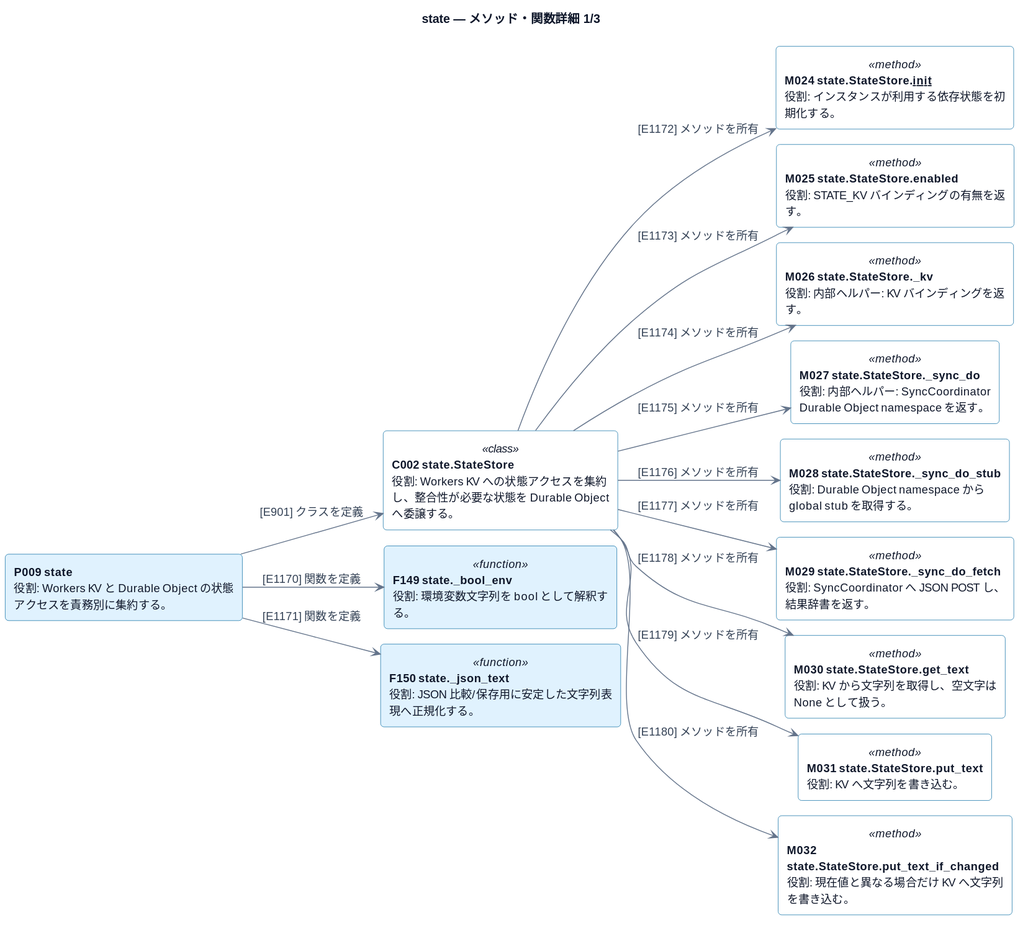
Earlier version of the PlantUML export docs/architecture/plantuml/rendered/methods/state-01.svg (ichipiro/IE_Event_Bot).
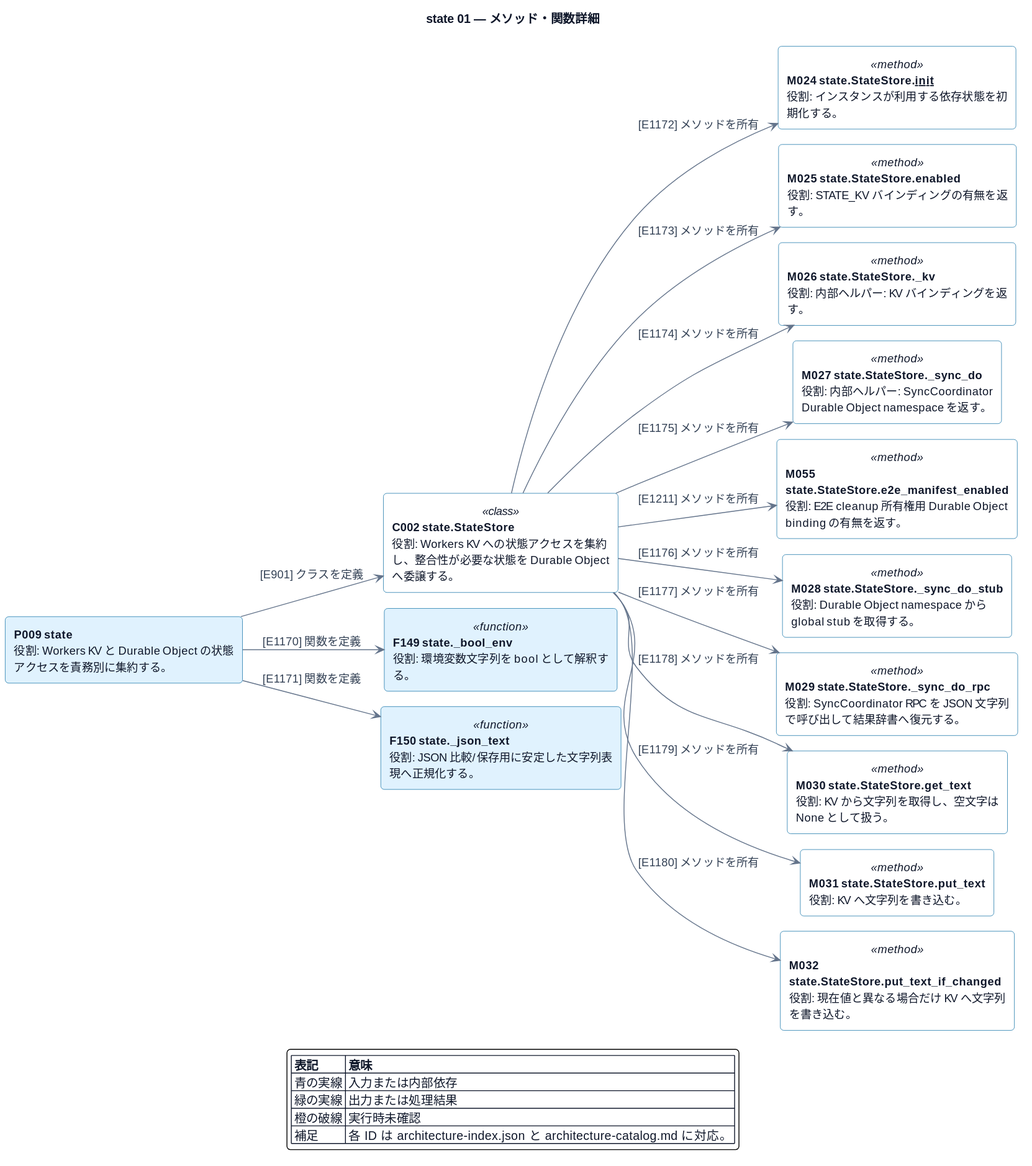
The same file after the commit.

Diff of the diagram source:
```diff
@@ -1,6 +1,6 @@
 @startuml
 !include ../_shared/style.puml
-title state — メソッド・関数詳細 1/3
+title state 01 — メソッド・関数詳細
 !pragma layout smetana
 left to right direction
 component "<b>P009 state</b>\n役割: Workers KV と Durable Object の状態アクセスを責務別に集約する。" as P009
@@ -18,9 +18,11 @@
 C002 -[#64748B]-> M026 : [E1174] メソッドを所有
 rectangle "<b>M027 state.StateStore._sync_do</b>\n役割: 内部ヘルパー: SyncCoordinator Durable Object namespace を返す。" as M027 <<method>>
 C002 -[#64748B]-> M027 : [E1175] メソッドを所有
+rectangle "<b>M055 state.StateStore.e2e_manifest_enabled</b>\n役割: E2E cleanup 所有権用 Durable Object binding の有無を返す。" as M055 <<method>>
+C002 -[#64748B]-> M055 : [E1211] メソッドを所有
 rectangle "<b>M028 state.StateStore._sync_do_stub</b>\n役割: Durable Object namespace から global stub を取得する。" as M028 <<method>>
 C002 -[#64748B]-> M028 : [E1176] メソッドを所有
-rectangle "<b>M029 state.StateStore._sync_do_fetch</b>\n役割: SyncCoordinator へ JSON POST し、結果辞書を返す。" as M029 <<method>>
+rectangle "<b>M029 state.StateStore._sync_do_rpc</b>\n役割: SyncCoordinator RPC を JSON 文字列で呼び出して結果辞書へ復元する。" as M029 <<method>>
 C002 -[#64748B]-> M029 : [E1177] メソッドを所有
 rectangle "<b>M030 state.StateStore.get_text</b>\n役割: KV から文字列を取得し、空文字は None として扱う。" as M030 <<method>>
 C002 -[#64748B]-> M030 : [E1178] メソッドを所有
@@ -28,4 +30,11 @@
 C002 -[#64748B]-> M031 : [E1179] メソッドを所有
 rectangle "<b>M032 state.StateStore.put_text_if_changed</b>\n役割: 現在値と異なる場合だけ KV へ文字列を書き込む。" as M032 <<method>>
 C002 -[#64748B]-> M032 : [E1180] メソッドを所有
+legend bottom
+  |= 表記 |= 意味 |
+  | 青の実線 | 入力または内部依存 |
+  | 緑の実線 | 出力または処理結果 |
+  | 橙の破線 | 実行時未確認 |
+  | 補足 | 各 ID は architecture-index.json と architecture-catalog.md に対応。 |
+endlegend
 @enduml
```
